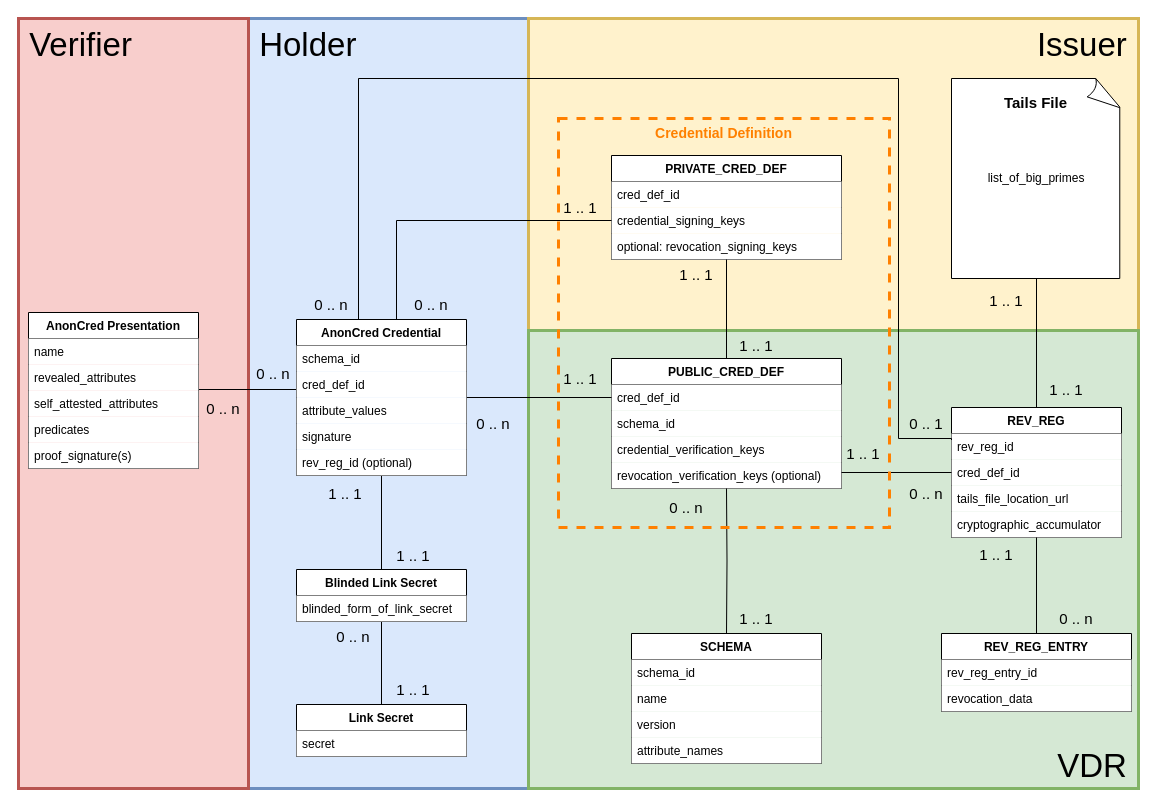
The draw.io diagram spec/diagrams/anoncreds-visual-data-model-overview-simple.drawio in hyperledger/anoncreds-spec, before the edit. Source tidied: cells renumbered, new cells numbered last; positions are measured from the earlier drawing's top-left corner, leaving out a move shared by most shapes. Both pictures are drawn from the tidied source at 100%, with x=0, y=0 at pixel (18, 18).
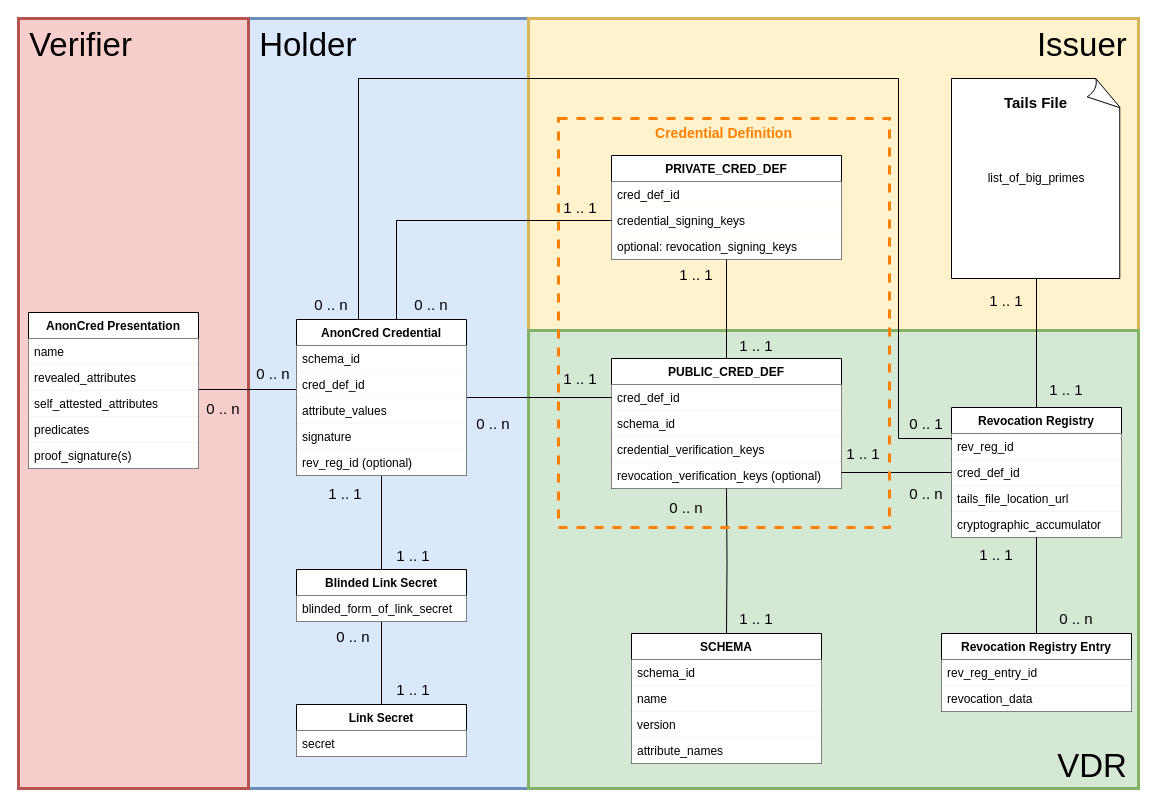
Above is the later version.

Commit message (it also covers changes not shown here):
Deploying to gh-pages from @ hyperledger/anoncreds-spec@056a3d7473de32171e30ffe161400d7bfb80c47a 🚀

What changed in the source:
```diff
@@
-    <mxCell id="9" value="REV_REG" style="swimlane;fontStyle=1;horizontal=1;startSize=26;fillColor=#FFFFFF;labelBackgroundColor=#FFFFFF;" parent="1" vertex="1">
+    <mxCell id="9" value="Revocation Registry" style="swimlane;fontStyle=1;horizontal=1;startSize=26;fillColor=#FFFFFF;labelBackgroundColor=#FFFFFF;" parent="1" vertex="1">
       <mxGeometry x="933" y="389" width="170" height="130" as="geometry" />
     </mxCell>
@@
-    <mxCell id="15" value="REV_REG_ENTRY" style="swimlane;fontStyle=1;horizontal=1;startSize=26;fillColor=#FFFFFF;labelBackgroundColor=#FFFFFF;" parent="1" vertex="1">
+    <mxCell id="15" value="Revocation Registry Entry" style="swimlane;fontStyle=1;horizontal=1;startSize=26;fillColor=#FFFFFF;labelBackgroundColor=#FFFFFF;" parent="1" vertex="1">
       <mxGeometry x="923" y="615" width="190" height="78" as="geometry" />
     </mxCell>
```
